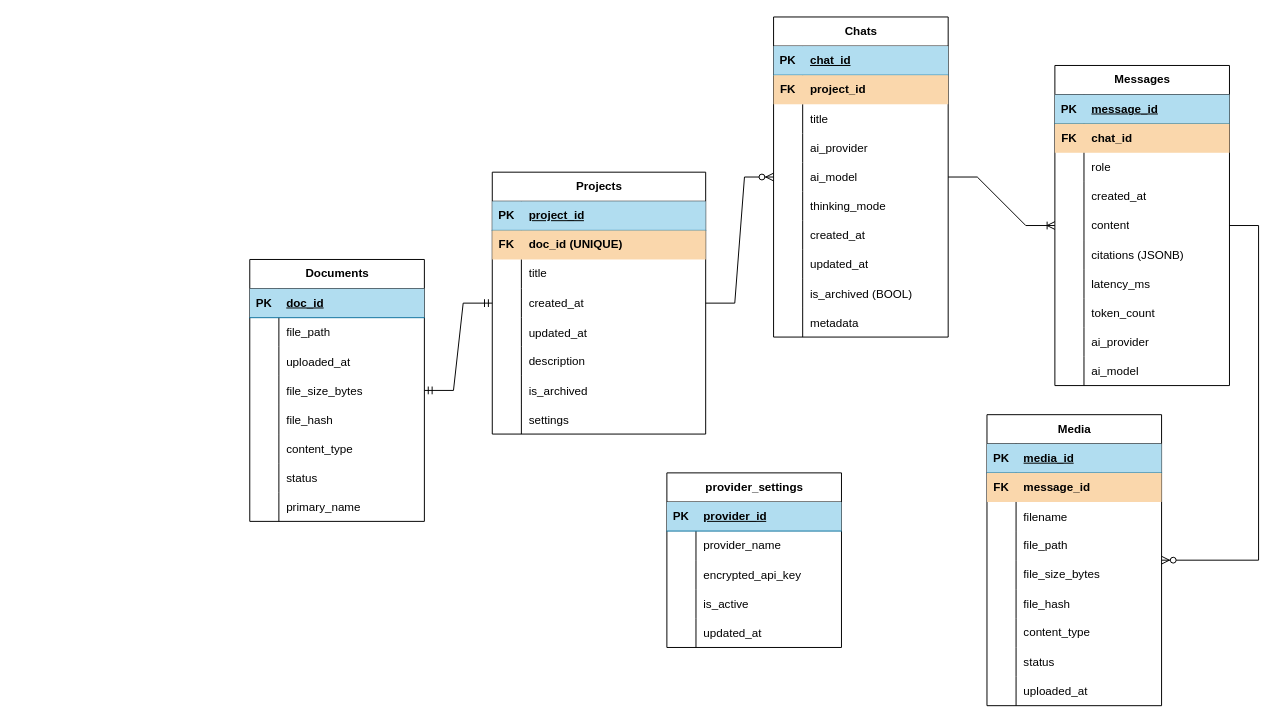
This is docs/cognidocent_db.drawio from AbduAlrimali/CogniDocent, a draw.io file, before an edit. Source tidied: cells renumbered, new cells numbered last; positions are measured from the earlier drawing's top-left corner, leaving out a move shared by most shapes. Both pictures are drawn from the tidied source at 97%, with x=0, y=0 at pixel (249, 16).
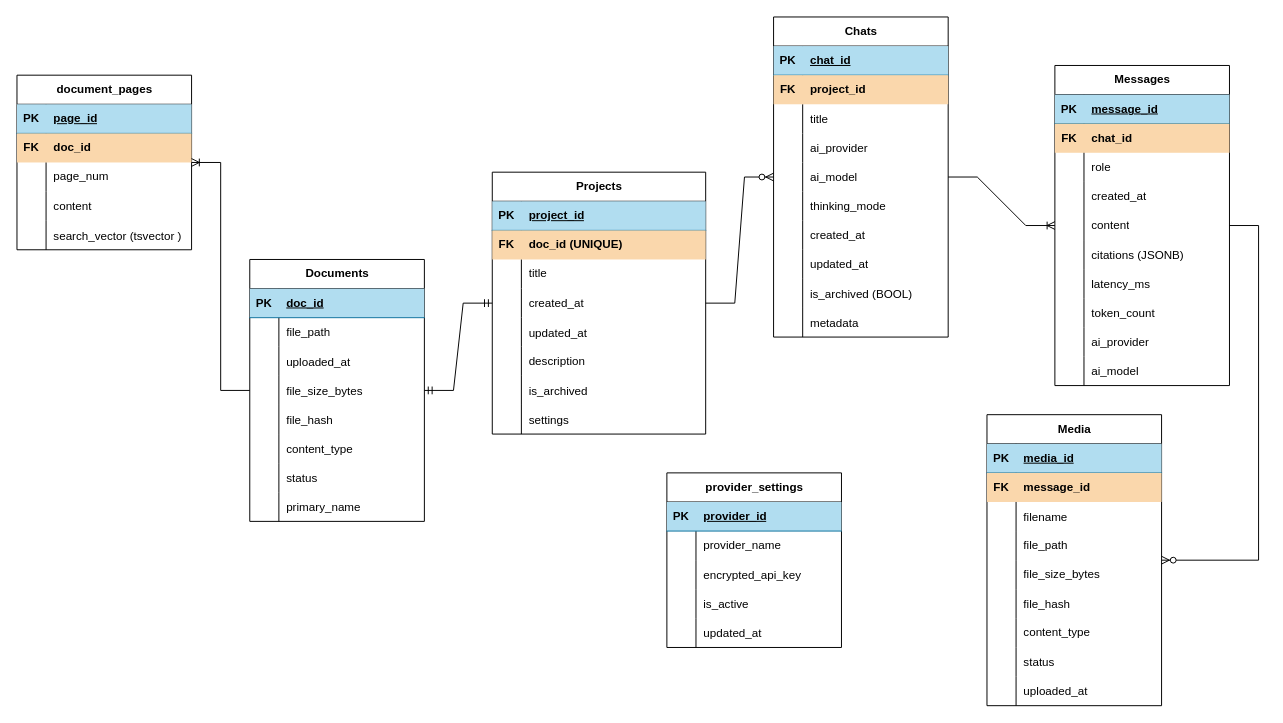
Above is the later version.

Unchanged cells that the change refers to:
```xml
<mxCell id="93" value="Documents" style="shape=table;startSize=30;childLayout=tableLayout;rowLines=0;fontStyle=1;align=center;html=1;" parent="1" vertex="1">
  <mxGeometry y="250" width="180" height="270" as="geometry" />
</mxCell>
```

The edit, as a diff of the source:
```diff
@@
+    <mxCell id="162" value="document_pages " style="shape=table;startSize=30;childLayout=tableLayout;rowLines=0;fontStyle=1;align=center;html=1;" parent="1" vertex="1">
+      <mxGeometry x="-240" y="60" width="180" height="180" as="geometry" />
+    </mxCell>
+    <mxCell id="163" style="shape=tableRow;horizontal=0;startSize=0;swimlaneHead=0;swimlaneBody=0;fillColor=#b1ddf0;top=0;left=0;right=0;bottom=1;strokeColor=#10739e;" parent="162" vertex="1">
+      <mxGeometry y="30" width="180" height="30" as="geometry" />
+    </mxCell>
+    <mxCell id="164" value="PK" style="shape=partialRectangle;fillColor=none;top=0;left=0;bottom=0;right=0;fontStyle=1;overflow=hidden;whiteSpace=wrap;html=1;" parent="163" vertex="1">
+      <mxGeometry width="30" height="30" as="geometry" />
+    </mxCell>
+    <mxCell id="165" value="page_id" style="shape=partialRectangle;fillColor=none;top=0;left=0;bottom=0;right=0;align=left;spacingLeft=6;fontStyle=5;overflow=hidden;whiteSpace=wrap;html=1;" parent="163" vertex="1">
+      <mxGeometry x="30" width="150" height="30" as="geometry" />
+    </mxCell>
+    <mxCell id="166" style="shape=tableRow;horizontal=0;startSize=0;swimlaneHead=0;swimlaneBody=0;fillColor=#fad7ac;top=0;left=0;right=0;bottom=0;strokeColor=#b46504;" parent="162" vertex="1">
+      <mxGeometry y="60" width="180" height="30" as="geometry" />
+    </mxCell>
+    <mxCell id="167" value="&lt;b&gt;FK&lt;/b&gt;" style="shape=partialRectangle;fillColor=none;top=0;left=0;bottom=0;right=0;fontStyle=0;overflow=hidden;whiteSpace=wrap;html=1;" parent="166" vertex="1">
+      <mxGeometry width="30" height="30" as="geometry" />
+    </mxCell>
+    <mxCell id="168" value="&lt;b&gt;doc_id&lt;/b&gt;" style="shape=partialRectangle;fillColor=none;top=0;left=0;bottom=0;right=0;align=left;spacingLeft=6;fontStyle=0;overflow=hidden;whiteSpace=wrap;html=1;" parent="166" vertex="1">
+      <mxGeometry x="30" width="150" height="30" as="geometry" />
+    </mxCell>
+    <mxCell id="169" style="shape=tableRow;horizontal=0;startSize=0;swimlaneHead=0;swimlaneBody=0;fillColor=none;top=0;left=0;right=0;bottom=0;" parent="162" vertex="1">
+      <mxGeometry y="90" width="180" height="30" as="geometry" />
+    </mxCell>
+    <mxCell id="170" style="shape=partialRectangle;fillColor=none;top=0;left=0;bottom=0;right=0;overflow=hidden;whiteSpace=wrap;html=1;" parent="169" vertex="1">
+      <mxGeometry width="30" height="30" as="geometry" />
+    </mxCell>
+    <mxCell id="171" value="page_num" style="shape=partialRectangle;fillColor=none;top=0;left=0;bottom=0;right=0;align=left;spacingLeft=6;overflow=hidden;whiteSpace=wrap;html=1;" parent="169" vertex="1">
+      <mxGeometry x="30" width="150" height="30" as="geometry" />
+    </mxCell>
+    <mxCell id="172" style="shape=tableRow;horizontal=0;startSize=0;swimlaneHead=0;swimlaneBody=0;fillColor=none;top=0;left=0;right=0;bottom=0;" parent="162" vertex="1">
+      <mxGeometry y="120" width="180" height="30" as="geometry" />
+    </mxCell>
+    <mxCell id="173" style="shape=partialRectangle;fillColor=none;top=0;left=0;bottom=0;right=0;overflow=hidden;" parent="172" vertex="1">
+      <mxGeometry width="30" height="30" as="geometry" />
+    </mxCell>
+    <mxCell id="174" value="content" style="shape=partialRectangle;fillColor=none;top=0;left=0;bottom=0;right=0;align=left;spacingLeft=6;overflow=hidden;" parent="172" vertex="1">
+      <mxGeometry x="30" width="150" height="30" as="geometry" />
+    </mxCell>
+    <mxCell id="175" style="shape=tableRow;horizontal=0;startSize=0;swimlaneHead=0;swimlaneBody=0;fillColor=none;top=0;left=0;right=0;bottom=0;" parent="162" vertex="1">
+      <mxGeometry y="150" width="180" height="30" as="geometry" />
+    </mxCell>
+    <mxCell id="176" style="shape=partialRectangle;fillColor=none;top=0;left=0;bottom=0;right=0;overflow=hidden;" parent="175" vertex="1">
+      <mxGeometry width="30" height="30" as="geometry" />
+    </mxCell>
+    <mxCell id="177" value="search_vector (tsvector )" style="shape=partialRectangle;fillColor=none;top=0;left=0;bottom=0;right=0;align=left;spacingLeft=6;overflow=hidden;" parent="175" vertex="1">
+      <mxGeometry x="30" width="150" height="30" as="geometry" />
+    </mxCell>
+    <mxCell id="178" style="edgeStyle=entityRelationEdgeStyle;fontSize=12;html=1;endArrow=ERoneToMany;rounded=0;" parent="1" edge="1" source="93" target="162">
+      <mxGeometry relative="1" as="geometry" />
+    </mxCell>
```
